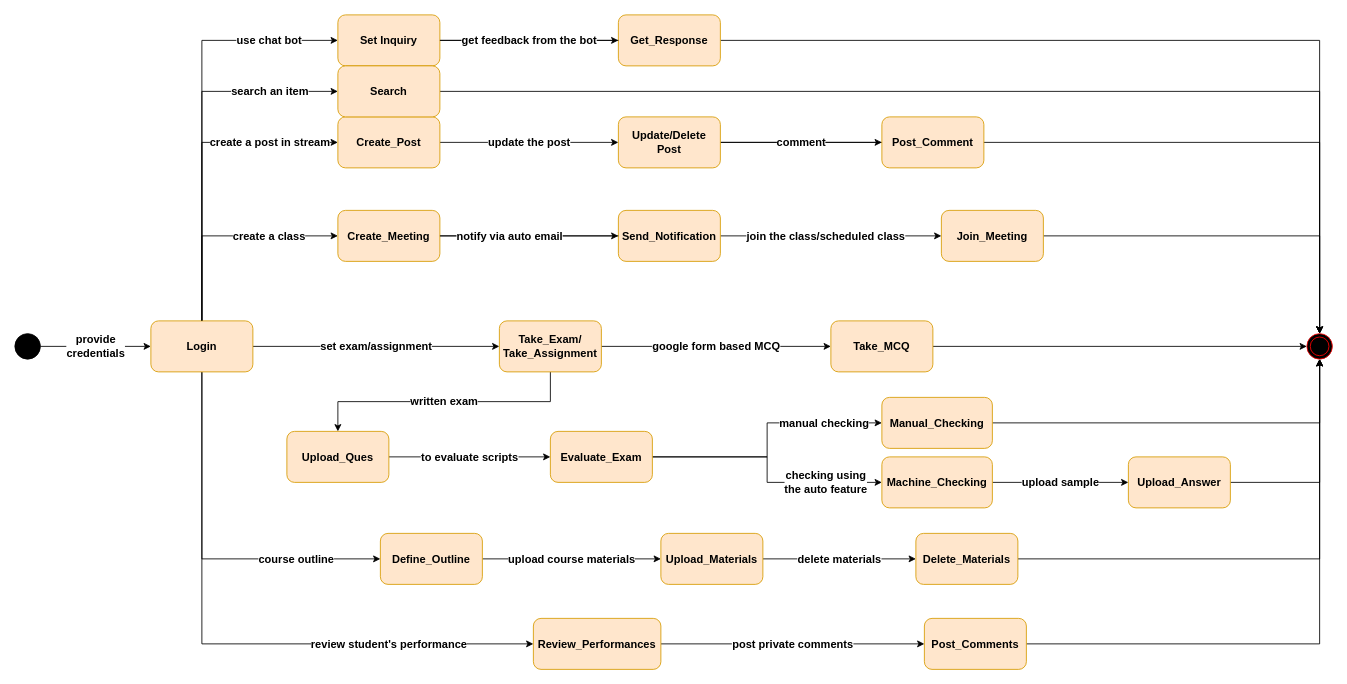
The draw.io diagram page "State-2 Teacher" (36 of 40) of Diagrams.drawio in shirrsho/E-shcool, before the edit. Source tidied: cells renumbered, new cells numbered last; positions are measured from the earlier drawing's top-left corner, leaving out a move shared by most shapes. Both pictures are drawn from the tidied source at 85%, with x=0, y=0 at pixel (14, 14).
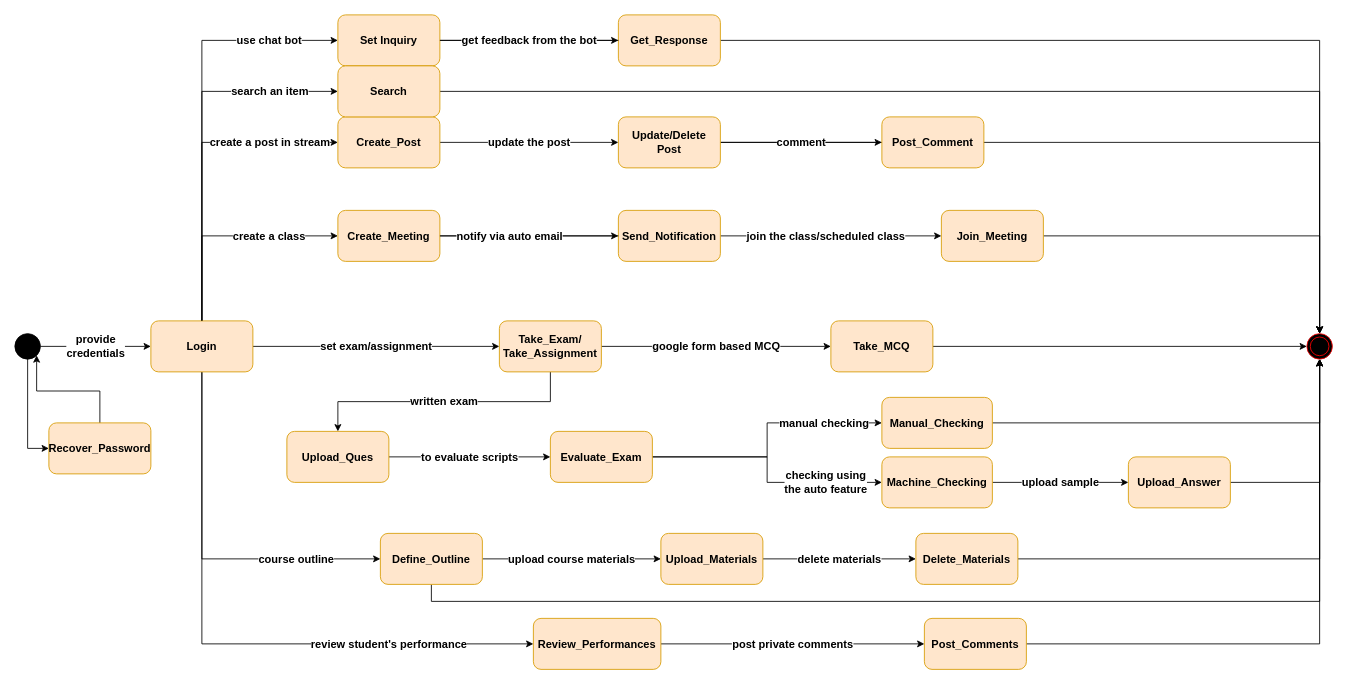
After the change.

The change refers to these unchanged cells:
```xml
<mxCell id="3" style="ellipse;shape=doubleEllipse;html=1;dashed=0;whitespace=wrap;fontSize=13;fontStyle=1;fillColor=#000000;" parent="1" vertex="1">
  <mxGeometry y="375" width="30" height="30" as="geometry" />
</mxCell>
<mxCell id="19" value="Define_Outline" style="whiteSpace=wrap;html=1;rounded=1;dashed=0;fontSize=13;fontStyle=1;fillColor=#ffe6cc;strokeColor=#d79b00;" parent="1" vertex="1">
  <mxGeometry x="430" y="610" width="120" height="60" as="geometry" />
</mxCell>
<mxCell id="51" style="ellipse;shape=doubleEllipse;html=1;dashed=0;whitespace=wrap;fontSize=13;fontStyle=1;fillColor=#000000;strokeColor=#FF0000;" parent="1" vertex="1">
  <mxGeometry x="1520" y="375" width="30" height="30" as="geometry" />
</mxCell>
```

Diff of the diagram source:
```diff
@@
+    <mxCell id="59" style="edgeStyle=orthogonalEdgeStyle;rounded=0;jettySize=auto;html=1;entryX=0;entryY=0.5;entryDx=0;entryDy=0;exitX=0.5;exitY=1;exitDx=0;exitDy=0;" parent="1" edge="1" source="3" target="62">
+      <mxGeometry relative="1" as="geometry" />
+    </mxCell>
@@
+    <mxCell id="60" style="edgeStyle=orthogonalEdgeStyle;rounded=0;jettySize=auto;html=1;entryX=0.5;entryY=1;entryDx=0;entryDy=0;exitX=0.5;exitY=1;exitDx=0;exitDy=0;" parent="1" edge="1" source="19" target="51">
+      <mxGeometry relative="1" as="geometry" />
+    </mxCell>
@@
+    <mxCell id="61" style="edgeStyle=orthogonalEdgeStyle;rounded=0;jettySize=auto;html=1;entryX=1;entryY=1;entryDx=0;entryDy=0;exitX=0.5;exitY=0;exitDx=0;exitDy=0;" parent="1" edge="1" source="62" target="3">
+      <mxGeometry relative="1" as="geometry" />
+    </mxCell>
+    <mxCell id="62" value="Recover_Password" style="rounded=1;whiteSpace=wrap;html=1;dashed=0;fontSize=13;fontStyle=1;fillColor=#ffe6cc;strokeColor=#d79b00;" parent="1" vertex="1">
+      <mxGeometry x="40" y="480" width="120" height="60" as="geometry" />
+    </mxCell>
```
